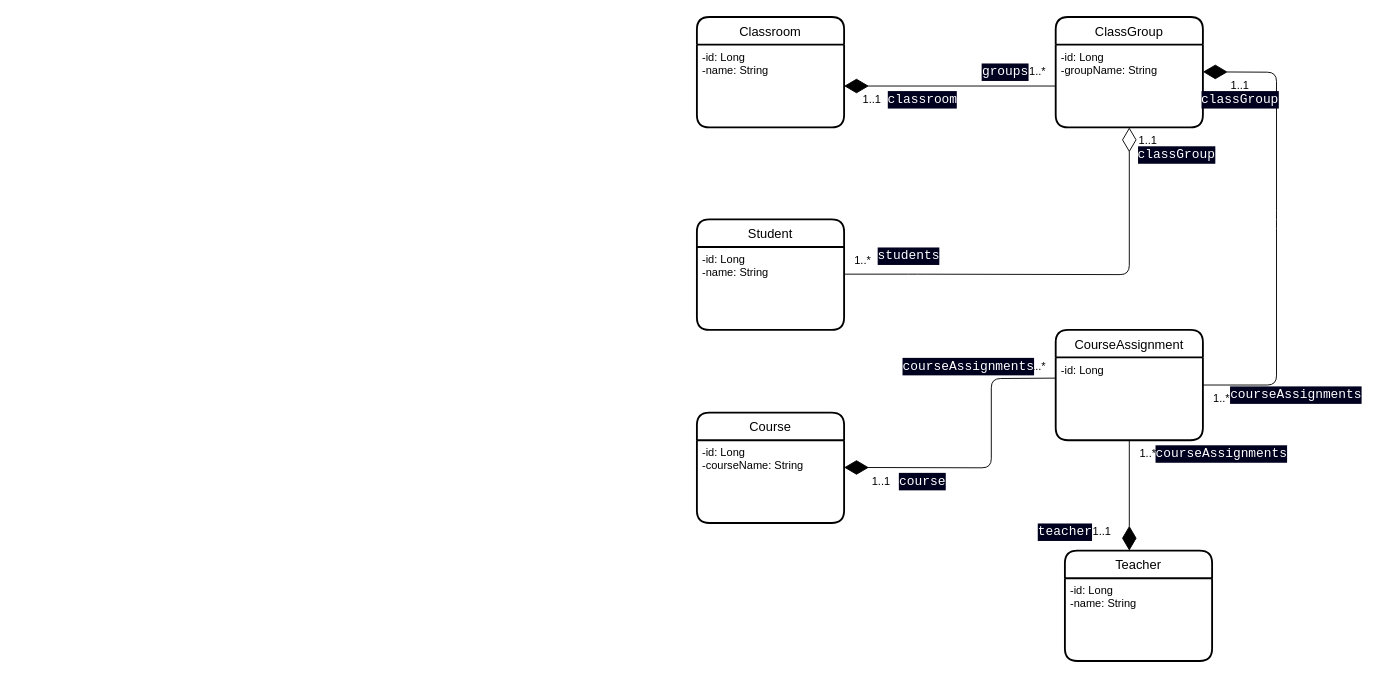
The draw.io diagram skowly-core/src/main/resources/uml.drawio in ghassenbrg/Skowly, before the edit. Source tidied: cells renumbered, new cells numbered last; positions are measured from the earlier drawing's top-left corner, leaving out a move shared by most shapes. Both pictures are drawn from the tidied source at 92%, with x=0, y=0 at pixel (16, 17).
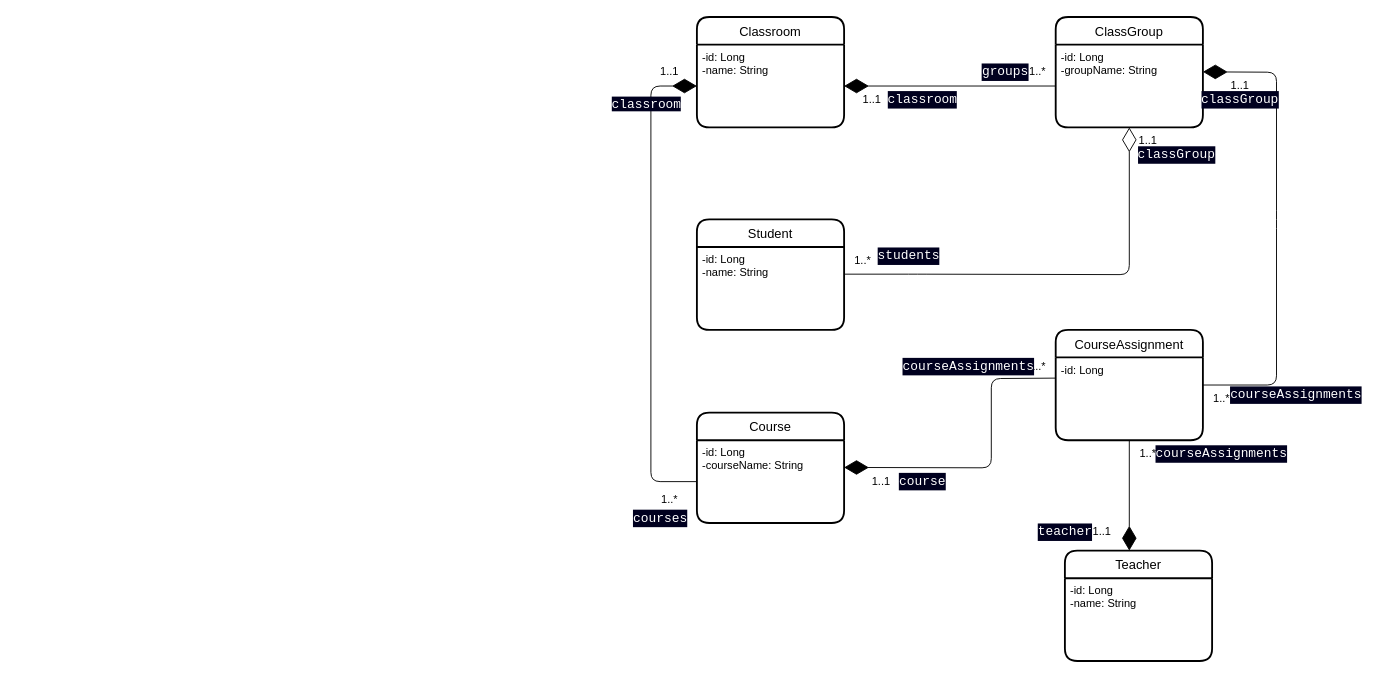
Above is the later version.

The change refers to these unchanged cells:
```xml
<mxCell id="3" value="-id: Long&#10;-name: String" style="align=left;strokeColor=none;fillColor=none;spacingLeft=4;fontSize=12;verticalAlign=top;" parent="2" vertex="1">
  <mxGeometry y="30" width="160" height="90" as="geometry" />
</mxCell>
<mxCell id="27" value="-id: Long&#10;-courseName: String" style="align=left;strokeColor=none;fillColor=none;spacingLeft=4;fontSize=12;verticalAlign=top;" parent="26" vertex="1">
  <mxGeometry y="30" width="160" height="90" as="geometry" />
</mxCell>
```

What changed in the source:
```diff
@@
+    <mxCell id="40" style="endArrow=diamondThin;endFill=1;endSize=24;html=1;entryX=0;entryY=0.5;entryDx=0;entryDy=0;exitX=0;exitY=0.5;exitDx=0;exitDy=0;" parent="1" edge="1" source="27" target="3">
+      <mxGeometry relative="1" as="geometry">
+        <Array as="points">
+          <mxPoint x="690" y="505" />
+          <mxPoint x="690" y="75" />
+        </Array>
+      </mxGeometry>
+    </mxCell>
+    <mxCell id="41" value="1..*" style="text;html=1;align=center;verticalAlign=middle;strokeColor=none;fillColor=none;" parent="1" vertex="1">
+      <mxGeometry x="690" y="510" width="40" height="30" as="geometry" />
+    </mxCell>
+    <mxCell id="42" value="1..1" style="text;html=1;align=center;verticalAlign=middle;strokeColor=none;fillColor=none;" parent="1" vertex="1">
+      <mxGeometry x="690" y="45" width="40" height="30" as="geometry" />
+    </mxCell>
+    <mxCell id="43" value="&lt;span style=&quot;color: rgb(255, 255, 255); font-family: Consolas, &amp;quot;Courier New&amp;quot;, monospace; font-size: 14px; background-color: rgb(0, 0, 31);&quot;&gt;classroom&lt;/span&gt;" style="text;html=1;align=center;verticalAlign=middle;strokeColor=none;fillColor=none;" parent="1" vertex="1">
+      <mxGeometry x="640" y="80" width="90" height="30" as="geometry" />
+    </mxCell>
+    <mxCell id="44" value="&lt;div style=&quot;color: rgb(255, 255, 255); background-color: rgb(0, 0, 31); font-family: Consolas, &amp;quot;Courier New&amp;quot;, monospace; font-size: 14px; line-height: 19px;&quot;&gt;courses&lt;/div&gt;" style="text;html=1;align=center;verticalAlign=middle;strokeColor=none;fillColor=none;" parent="1" vertex="1">
+      <mxGeometry x="660" y="530" width="80" height="30" as="geometry" />
+    </mxCell>
```
